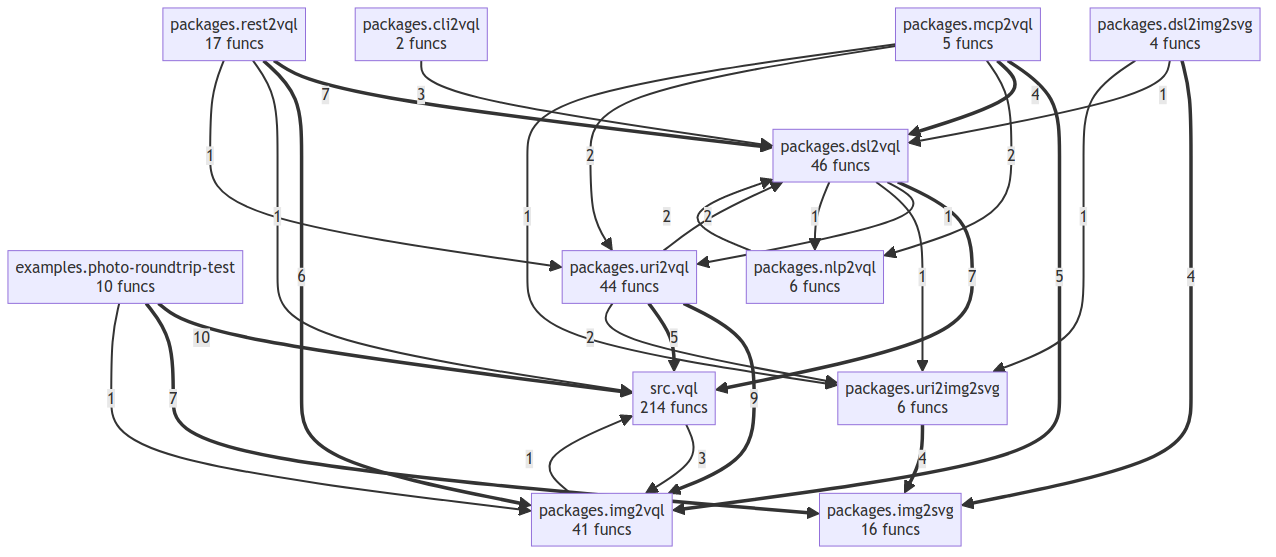
Above: project/compact_flow.png in oqlos/vql (Mermaid), before the change. Its source is kept beside it as project/compact_flow.mmd.
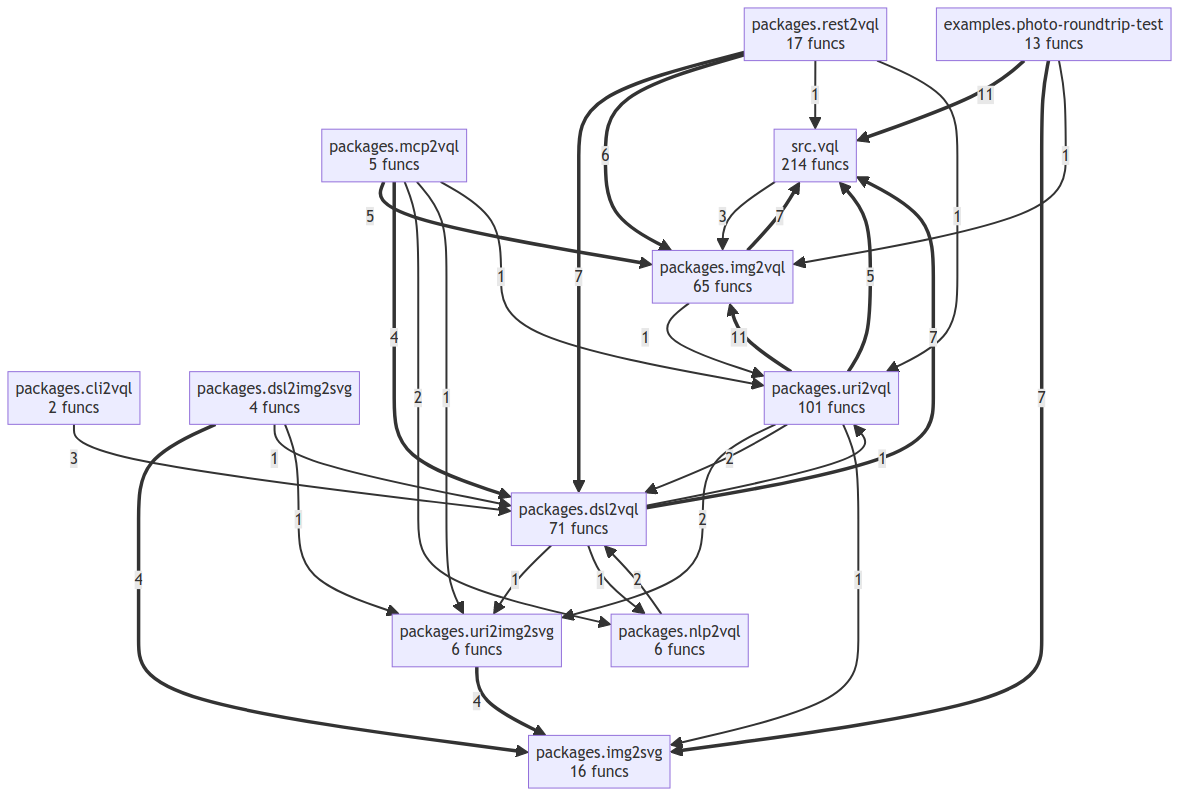
Later version of the same file.

What changed in the source:
```diff
@@ -1,20 +1,21 @@
 flowchart TD
-    examples__photo_roundtrip_test["examples.photo-roundtrip-test<br/>10 funcs"]
+    examples__photo_roundtrip_test["examples.photo-roundtrip-test<br/>13 funcs"]
     packages__cli2vql["packages.cli2vql<br/>2 funcs"]
     packages__dsl2img2svg["packages.dsl2img2svg<br/>4 funcs"]
-    packages__dsl2vql["packages.dsl2vql<br/>46 funcs"]
+    packages__dsl2vql["packages.dsl2vql<br/>71 funcs"]
     packages__img2svg["packages.img2svg<br/>16 funcs"]
-    packages__img2vql["packages.img2vql<br/>41 funcs"]
+    packages__img2vql["packages.img2vql<br/>65 funcs"]
     packages__mcp2vql["packages.mcp2vql<br/>5 funcs"]
     packages__nlp2vql["packages.nlp2vql<br/>6 funcs"]
     packages__rest2vql["packages.rest2vql<br/>17 funcs"]
     packages__uri2img2svg["packages.uri2img2svg<br/>6 funcs"]
-    packages__uri2vql["packages.uri2vql<br/>44 funcs"]
+    packages__uri2vql["packages.uri2vql<br/>101 funcs"]
     src__vql["src.vql<br/>214 funcs"]
-    examples__photo_roundtrip_test ==>|10| src__vql
-    packages__uri2vql ==>|9| packages__img2vql
+    packages__uri2vql ==>|11| packages__img2vql
+    examples__photo_roundtrip_test ==>|11| src__vql
     packages__dsl2vql ==>|7| src__vql
     packages__rest2vql ==>|7| packages__dsl2vql
+    packages__img2vql ==>|7| src__vql
     examples__photo_roundtrip_test ==>|7| packages__img2svg
     packages__rest2vql ==>|6| packages__img2vql
     packages__mcp2vql ==>|5| packages__img2vql
@@ -25,7 +26,6 @@
     packages__cli2vql -->|3| packages__dsl2vql
     src__vql -->|3| packages__img2vql
     packages__mcp2vql -->|2| packages__nlp2vql
-    packages__mcp2vql -->|2| packages__uri2vql
     packages__uri2vql -->|2| packages__uri2img2svg
     packages__uri2vql -->|2| packages__dsl2vql
     packages__nlp2vql -->|2| packages__dsl2vql
@@ -33,9 +33,11 @@
     packages__dsl2vql -->|1| packages__uri2img2svg
     packages__dsl2vql -->|1| packages__nlp2vql
     packages__mcp2vql -->|1| packages__uri2img2svg
+    packages__mcp2vql -->|1| packages__uri2vql
     packages__rest2vql -->|1| src__vql
     packages__rest2vql -->|1| packages__uri2vql
     packages__dsl2img2svg -->|1| packages__dsl2vql
     packages__dsl2img2svg -->|1| packages__uri2img2svg
-    packages__img2vql -->|1| src__vql
+    packages__img2vql -->|1| packages__uri2vql
     examples__photo_roundtrip_test -->|1| packages__img2vql
+    packages__uri2vql -->|1| packages__img2svg
```
